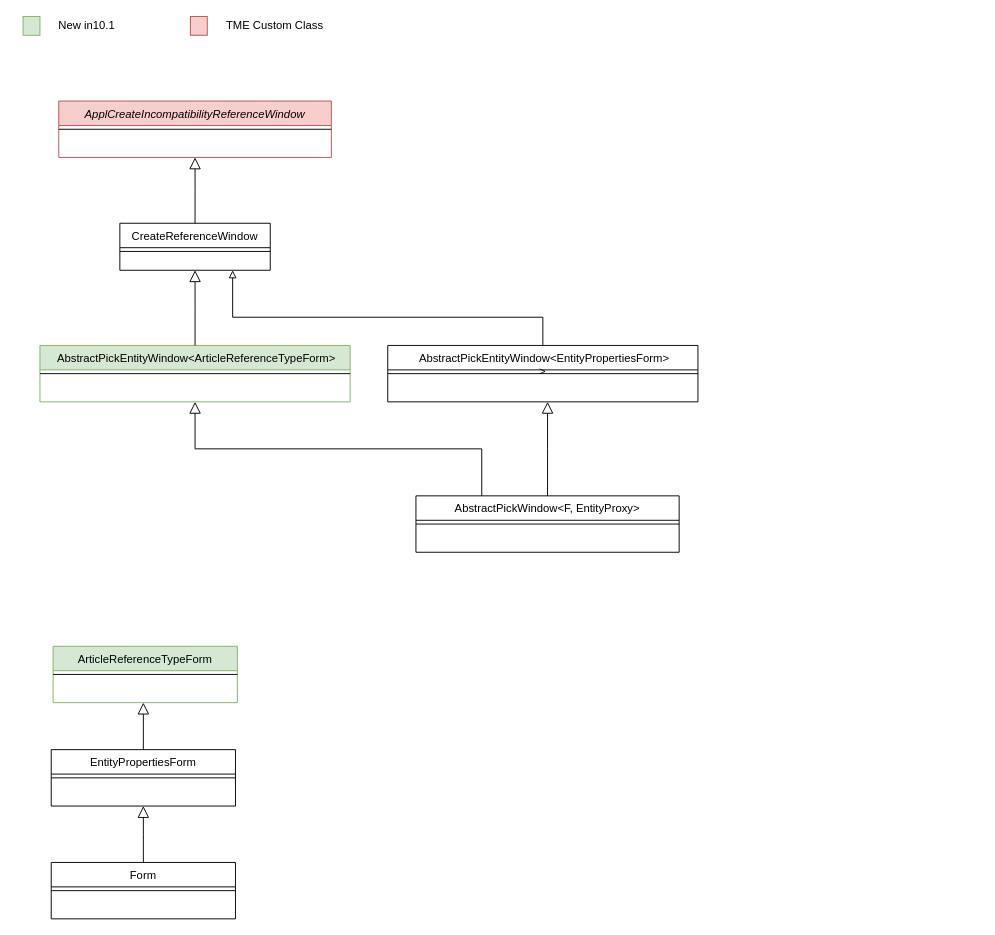
The draw.io diagram SDK-Changes-TME.drawio in biswarup81/drawings, before the edit. Source tidied: cells renumbered, new cells numbered last; positions are measured from the earlier drawing's top-left corner, leaving out a move shared by most shapes. Both pictures are drawn from the tidied source at 94%, with x=0, y=0 at pixel (23, 16).
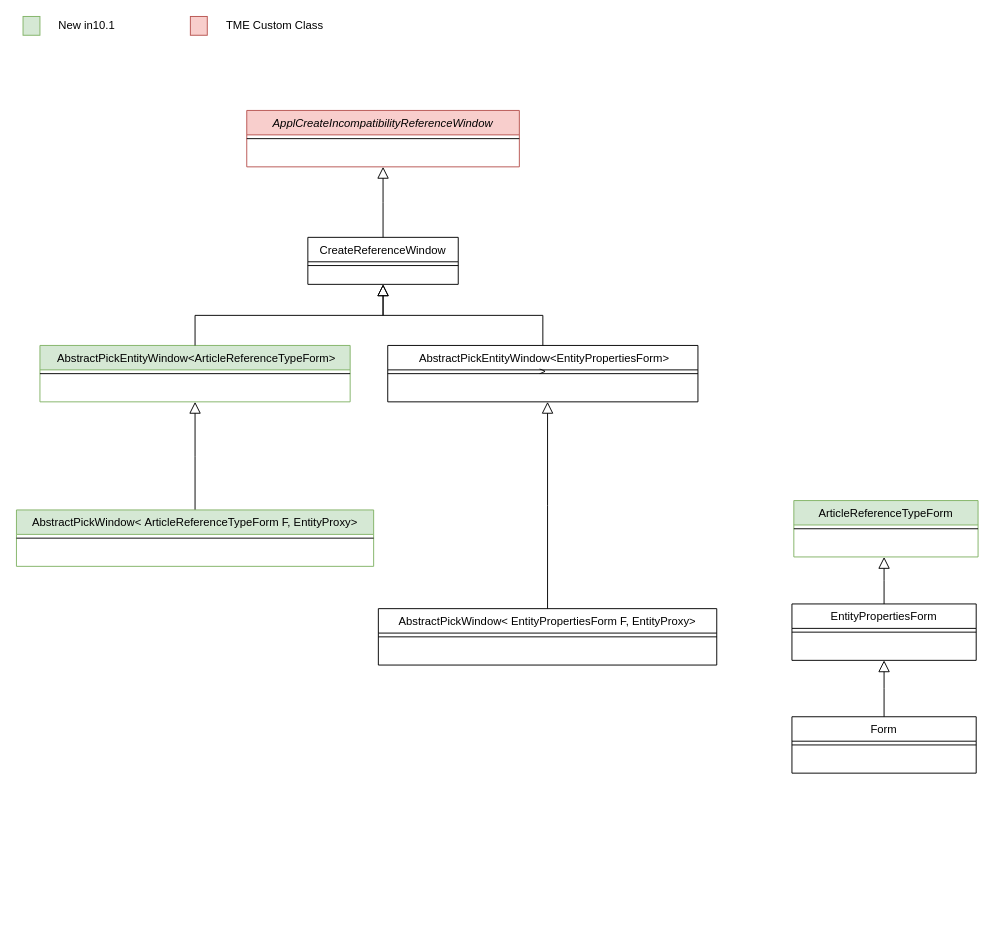
The same page after the edit.

Unchanged cells that the change refers to:
```xml
<mxCell id="7" value=" AbstractPickEntityWindow&lt;ArticleReferenceTypeForm&gt;&#10;" style="swimlane;fontStyle=0;align=center;verticalAlign=top;horizontal=1;startSize=26;rounded=0;shadow=0;strokeWidth=1;fillColor=#d5e8d4;strokeColor=#82b366;" parent="1" vertex="1">
  <mxGeometry x="18" y="350" width="330" height="60" as="geometry" />
</mxCell>
<mxCell id="11" value=" AbstractPickEntityWindow&lt;EntityPropertiesForm&gt;&#10;&gt;&#10;" style="swimlane;fontStyle=0;align=center;verticalAlign=top;horizontal=1;startSize=26;rounded=0;shadow=0;strokeWidth=1;" parent="1" vertex="1">
  <mxGeometry x="388" y="350" width="330" height="60" as="geometry" />
</mxCell>
```

Change to the diagram source:
```diff
@@
     <mxCell id="2" value="ApplCreateIncompatibilityReferenceWindow" style="swimlane;fontStyle=2;align=center;verticalAlign=top;horizontal=1;startSize=26;rounded=0;shadow=0;strokeWidth=1;fillColor=#f8cecc;strokeColor=#b85450;" parent="1" vertex="1">
-      <mxGeometry x="38" y="90" width="290" height="60" as="geometry" />
+      <mxGeometry x="238" y="100" width="290" height="60" as="geometry" />
     </mxCell>
@@
     <mxCell id="4" value="CreateReferenceWindow" style="swimlane;fontStyle=0;align=center;verticalAlign=top;horizontal=1;startSize=26;rounded=0;shadow=0;strokeWidth=1;" parent="1" vertex="1">
-      <mxGeometry x="103" y="220" width="160" height="50" as="geometry" />
+      <mxGeometry x="303" y="235" width="160" height="50" as="geometry" />
     </mxCell>
@@
-    <mxCell id="10" style="edgeStyle=orthogonalEdgeStyle;rounded=0;jettySize=auto;html=1;entryX=0.75;entryY=1;entryDx=0;entryDy=0;endArrow=block;endFill=0;" parent="1" edge="1" source="11" target="4">
-      <mxGeometry relative="1" as="geometry">
-        <Array as="points">
-          <mxPoint x="553" y="320" />
-          <mxPoint x="223" y="320" />
-        </Array>
-      </mxGeometry>
-    </mxCell>
@@
-    <mxCell id="13" value="AbstractPickWindow&lt;F, EntityProxy&gt;" style="swimlane;fontStyle=0;align=center;verticalAlign=top;horizontal=1;startSize=26;rounded=0;shadow=0;strokeWidth=1;" parent="1" vertex="1">
-      <mxGeometry x="418" y="510" width="280" height="60" as="geometry" />
+    <mxCell id="13" value="AbstractPickWindow&lt; EntityPropertiesForm F, EntityProxy&gt;" style="swimlane;fontStyle=0;align=center;verticalAlign=top;horizontal=1;startSize=26;rounded=0;shadow=0;strokeWidth=1;" parent="1" vertex="1">
+      <mxGeometry x="378" y="630" width="360" height="60" as="geometry" />
     </mxCell>
     <mxCell id="14" style="line;html=1;strokeWidth=1;align=left;verticalAlign=middle;spacingTop=-1;spacingLeft=3;spacingRight=3;labelPosition=right;" parent="13" vertex="1">
-      <mxGeometry y="26" width="280" height="8" as="geometry" />
+      <mxGeometry y="26" width="360" height="8" as="geometry" />
     </mxCell>
@@
-    <mxCell id="16" style="endArrow=block;endSize=10;endFill=0;shadow=0;strokeWidth=1;rounded=0;edgeStyle=elbowEdgeStyle;elbow=vertical;entryX=0.5;entryY=1;entryDx=0;entryDy=0;exitX=0.25;exitY=0;exitDx=0;exitDy=0;" parent="1" edge="1" source="13" target="7">
+    <mxCell id="16" style="endArrow=block;endSize=10;endFill=0;shadow=0;strokeWidth=1;rounded=0;edgeStyle=elbowEdgeStyle;elbow=vertical;entryX=0.5;entryY=1;entryDx=0;entryDy=0;" parent="1" edge="1" source="29" target="7">
       <mxGeometry relative="1" as="geometry" />
     </mxCell>
     <mxCell id="17" value="ArticleReferenceTypeForm&#10;" style="swimlane;fontStyle=0;align=center;verticalAlign=top;horizontal=1;startSize=26;rounded=0;shadow=0;strokeWidth=1;fillColor=#d5e8d4;strokeColor=#82b366;" parent="1" vertex="1">
-      <mxGeometry x="32" y="670" width="196" height="60" as="geometry" />
+      <mxGeometry x="820" y="515" width="196" height="60" as="geometry" />
     </mxCell>
@@
     <mxCell id="19" value="EntityPropertiesForm" style="swimlane;fontStyle=0;align=center;verticalAlign=top;horizontal=1;startSize=26;rounded=0;shadow=0;strokeWidth=1;" parent="1" vertex="1">
-      <mxGeometry x="30" y="780" width="196" height="60" as="geometry" />
+      <mxGeometry x="818" y="625" width="196" height="60" as="geometry" />
     </mxCell>
@@
     <mxCell id="21" value="Form" style="swimlane;fontStyle=0;align=center;verticalAlign=top;horizontal=1;startSize=26;rounded=0;shadow=0;strokeWidth=1;" parent="1" vertex="1">
-      <mxGeometry x="30" y="900" width="196" height="60" as="geometry" />
+      <mxGeometry x="818" y="745" width="196" height="60" as="geometry" />
     </mxCell>
@@
     <mxCell id="23" style="endArrow=block;endSize=10;endFill=0;shadow=0;strokeWidth=1;rounded=0;edgeStyle=elbowEdgeStyle;elbow=vertical;exitX=0.5;exitY=0;exitDx=0;exitDy=0;" parent="1" edge="1" source="19">
       <mxGeometry relative="1" as="geometry">
-        <mxPoint x="128" y="730" as="targetPoint" />
+        <mxPoint x="916" y="575" as="targetPoint" />
       </mxGeometry>
     </mxCell>
@@
+    <mxCell id="29" value="AbstractPickWindow&lt; ArticleReferenceTypeForm F, EntityProxy&gt;" style="swimlane;fontStyle=0;align=center;verticalAlign=top;horizontal=1;startSize=26;rounded=0;shadow=0;strokeWidth=1;fillColor=#d5e8d4;strokeColor=#82b366;" parent="1" vertex="1">
+      <mxGeometry x="-7" y="525" width="380" height="60" as="geometry" />
+    </mxCell>
+    <mxCell id="30" style="line;html=1;strokeWidth=1;align=left;verticalAlign=middle;spacingTop=-1;spacingLeft=3;spacingRight=3;labelPosition=right;" parent="29" vertex="1">
+      <mxGeometry y="26" width="380" height="8" as="geometry" />
+    </mxCell>
+    <mxCell id="10" style="endArrow=block;endSize=10;endFill=0;shadow=0;strokeWidth=1;rounded=0;edgeStyle=elbowEdgeStyle;elbow=vertical;entryX=0.5;entryY=1;entryDx=0;entryDy=0;" parent="1" edge="1" source="11" target="4">
+      <mxGeometry relative="1" as="geometry" />
+    </mxCell>
```
